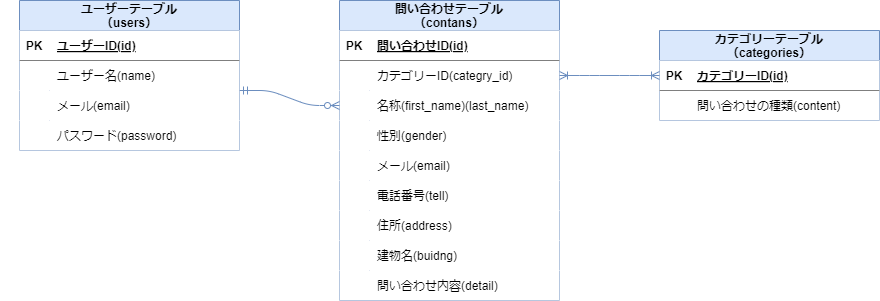
Earlier version of the draw.io export er-diagram.png (risamatsumoto1104/contact-form1). Source tidied: cells renumbered, new cells last; positions are measured from the earlier drawing's top-left corner, leaving out a move shared by most shapes.
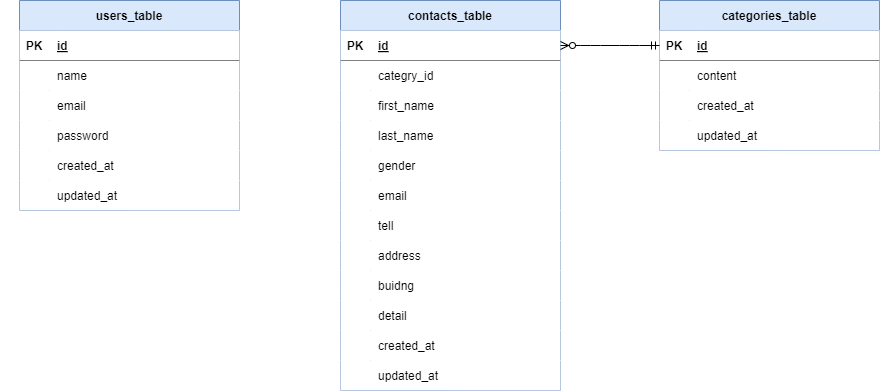
After the commit.

Change to the diagram source:
```diff
@@ -2,8 +2,8 @@
   <root>
     <mxCell id="0" />
     <mxCell id="1" parent="0" />
-    <mxCell id="2" value="問い合わせテーブル&#10;（contans）" style="shape=table;startSize=30;rowLines=0;fontStyle=1;align=center;fillColor=#dae8fc;strokeColor=#6c8ebf;" parent="1" vertex="1">
-      <mxGeometry x="339" width="220" height="300" as="geometry" />
+    <mxCell id="2" value="contacts_table" style="shape=table;startSize=30;rowLines=0;fontStyle=1;align=center;fillColor=#dae8fc;strokeColor=#6c8ebf;" parent="1" vertex="1">
+      <mxGeometry x="340" width="220" height="390" as="geometry" />
     </mxCell>
     <mxCell id="3" style="shape=tableRow;horizontal=0;startSize=0;swimlaneHead=0;swimlaneBody=0;points=[[0,0.5],[1,0.5]];portConstraint=eastwest;top=0;left=0;right=0;bottom=1;" parent="2" vertex="1">
       <mxGeometry y="30" width="220" height="30" as="geometry" />
@@ -11,7 +11,7 @@
     <mxCell id="4" value="PK" style="shape=partialRectangle;fillColor=none;top=0;left=0;bottom=0;right=0;fontStyle=1;overflow=hidden;" parent="3" vertex="1">
       <mxGeometry width="30" height="30" as="geometry" />
     </mxCell>
-    <mxCell id="5" value="問い合わせID(id)" style="shape=partialRectangle;fillColor=none;top=0;left=0;bottom=0;right=0;align=left;spacingLeft=6;fontStyle=5;overflow=hidden;" parent="3" vertex="1">
+    <mxCell id="5" value="id" style="shape=partialRectangle;fillColor=none;top=0;left=0;bottom=0;right=0;align=left;spacingLeft=6;fontStyle=5;overflow=hidden;" parent="3" vertex="1">
       <mxGeometry x="30" width="190" height="30" as="geometry" />
     </mxCell>
     <mxCell id="6" style="shape=tableRow;horizontal=0;startSize=0;swimlaneHead=0;swimlaneBody=0;points=[[0,0.5],[1,0.5]];portConstraint=eastwest;top=0;left=0;right=0;bottom=0;" parent="2" vertex="1">
@@ -20,7 +20,7 @@
     <mxCell id="7" style="shape=partialRectangle;fillColor=none;top=0;left=0;bottom=0;right=0;overflow=hidden;" parent="6" vertex="1">
       <mxGeometry width="30" height="30" as="geometry" />
     </mxCell>
-    <mxCell id="8" value="カテゴリーID(categry_id)" style="shape=partialRectangle;fillColor=none;top=0;left=0;bottom=0;right=0;align=left;spacingLeft=6;overflow=hidden;" parent="6" vertex="1">
+    <mxCell id="8" value="categry_id" style="shape=partialRectangle;fillColor=none;top=0;left=0;bottom=0;right=0;align=left;spacingLeft=6;overflow=hidden;" parent="6" vertex="1">
       <mxGeometry x="30" width="190" height="30" as="geometry" />
     </mxCell>
     <mxCell id="9" style="shape=tableRow;horizontal=0;startSize=0;swimlaneHead=0;swimlaneBody=0;points=[[0,0.5],[1,0.5]];portConstraint=eastwest;top=0;left=0;right=0;bottom=0;" parent="2" vertex="1">
@@ -29,65 +29,92 @@
     <mxCell id="10" style="shape=partialRectangle;fillColor=none;top=0;left=0;bottom=0;right=0;overflow=hidden;" parent="9" vertex="1">
       <mxGeometry width="30" height="30" as="geometry" />
     </mxCell>
-    <mxCell id="11" value="名称(first_name)(last_name)" style="shape=partialRectangle;fillColor=none;top=0;left=0;bottom=0;right=0;align=left;spacingLeft=6;overflow=hidden;" parent="9" vertex="1">
+    <mxCell id="11" value="first_name" style="shape=partialRectangle;fillColor=none;top=0;left=0;bottom=0;right=0;align=left;spacingLeft=6;overflow=hidden;" parent="9" vertex="1">
       <mxGeometry x="30" width="190" height="30" as="geometry" />
     </mxCell>
+    <mxCell id="53" style="shape=tableRow;horizontal=0;startSize=0;swimlaneHead=0;swimlaneBody=0;top=0;left=0;right=0;bottom=0;" parent="2" vertex="1">
+      <mxGeometry y="120" width="220" height="30" as="geometry" />
+    </mxCell>
+    <mxCell id="54" style="shape=partialRectangle;fillColor=none;top=0;left=0;bottom=0;right=0;overflow=hidden;" parent="53" vertex="1">
+      <mxGeometry width="30" height="30" as="geometry" />
+    </mxCell>
+    <mxCell id="55" value="last_name" style="shape=partialRectangle;fillColor=none;top=0;left=0;bottom=0;right=0;align=left;spacingLeft=6;overflow=hidden;" parent="53" vertex="1">
+      <mxGeometry x="30" width="190" height="30" as="geometry" />
+    </mxCell>
     <mxCell id="12" style="shape=tableRow;horizontal=0;startSize=0;swimlaneHead=0;swimlaneBody=0;top=0;left=0;right=0;bottom=0;" parent="2" vertex="1">
-      <mxGeometry y="120" width="220" height="30" as="geometry" />
+      <mxGeometry y="150" width="220" height="30" as="geometry" />
     </mxCell>
     <mxCell id="13" style="shape=partialRectangle;fillColor=none;top=0;left=0;bottom=0;right=0;overflow=hidden;" parent="12" vertex="1">
       <mxGeometry width="30" height="30" as="geometry" />
     </mxCell>
-    <mxCell id="14" value="性別(gender)" style="shape=partialRectangle;fillColor=none;top=0;left=0;bottom=0;right=0;align=left;spacingLeft=6;overflow=hidden;" parent="12" vertex="1">
+    <mxCell id="14" value="gender" style="shape=partialRectangle;fillColor=none;top=0;left=0;bottom=0;right=0;align=left;spacingLeft=6;overflow=hidden;" parent="12" vertex="1">
       <mxGeometry x="30" width="190" height="30" as="geometry" />
     </mxCell>
     <mxCell id="15" style="shape=tableRow;horizontal=0;startSize=0;swimlaneHead=0;swimlaneBody=0;top=0;left=0;right=0;bottom=0;" parent="2" vertex="1">
-      <mxGeometry y="150" width="220" height="30" as="geometry" />
+      <mxGeometry y="180" width="220" height="30" as="geometry" />
     </mxCell>
     <mxCell id="16" style="shape=partialRectangle;fillColor=none;top=0;left=0;bottom=0;right=0;overflow=hidden;" parent="15" vertex="1">
       <mxGeometry width="30" height="30" as="geometry" />
     </mxCell>
-    <mxCell id="17" value="メール(email)" style="shape=partialRectangle;fillColor=none;top=0;left=0;bottom=0;right=0;align=left;spacingLeft=6;overflow=hidden;" parent="15" vertex="1">
+    <mxCell id="17" value="email" style="shape=partialRectangle;fillColor=none;top=0;left=0;bottom=0;right=0;align=left;spacingLeft=6;overflow=hidden;" parent="15" vertex="1">
       <mxGeometry x="30" width="190" height="30" as="geometry" />
     </mxCell>
     <mxCell id="18" style="shape=tableRow;horizontal=0;startSize=0;swimlaneHead=0;swimlaneBody=0;top=0;left=0;right=0;bottom=0;" parent="2" vertex="1">
-      <mxGeometry y="180" width="220" height="30" as="geometry" />
+      <mxGeometry y="210" width="220" height="30" as="geometry" />
     </mxCell>
     <mxCell id="19" style="shape=partialRectangle;fillColor=none;top=0;left=0;bottom=0;right=0;overflow=hidden;" parent="18" vertex="1">
       <mxGeometry width="30" height="30" as="geometry" />
     </mxCell>
-    <mxCell id="20" value="電話番号(tell)" style="shape=partialRectangle;fillColor=none;top=0;left=0;bottom=0;right=0;align=left;spacingLeft=6;overflow=hidden;" parent="18" vertex="1">
+    <mxCell id="20" value="tell" style="shape=partialRectangle;fillColor=none;top=0;left=0;bottom=0;right=0;align=left;spacingLeft=6;overflow=hidden;" parent="18" vertex="1">
       <mxGeometry x="30" width="190" height="30" as="geometry" />
     </mxCell>
     <mxCell id="21" style="shape=tableRow;horizontal=0;startSize=0;swimlaneHead=0;swimlaneBody=0;top=0;left=0;right=0;bottom=0;" parent="2" vertex="1">
-      <mxGeometry y="210" width="220" height="30" as="geometry" />
+      <mxGeometry y="240" width="220" height="30" as="geometry" />
     </mxCell>
     <mxCell id="22" style="shape=partialRectangle;fillColor=none;top=0;left=0;bottom=0;right=0;overflow=hidden;" parent="21" vertex="1">
       <mxGeometry width="30" height="30" as="geometry" />
     </mxCell>
-    <mxCell id="23" value="住所(address)" style="shape=partialRectangle;fillColor=none;top=0;left=0;bottom=0;right=0;align=left;spacingLeft=6;overflow=hidden;" parent="21" vertex="1">
+    <mxCell id="23" value="address" style="shape=partialRectangle;fillColor=none;top=0;left=0;bottom=0;right=0;align=left;spacingLeft=6;overflow=hidden;" parent="21" vertex="1">
       <mxGeometry x="30" width="190" height="30" as="geometry" />
     </mxCell>
     <mxCell id="24" style="shape=tableRow;horizontal=0;startSize=0;swimlaneHead=0;swimlaneBody=0;top=0;left=0;right=0;bottom=0;" parent="2" vertex="1">
-      <mxGeometry y="240" width="220" height="30" as="geometry" />
+      <mxGeometry y="270" width="220" height="30" as="geometry" />
     </mxCell>
     <mxCell id="25" style="shape=partialRectangle;fillColor=none;top=0;left=0;bottom=0;right=0;overflow=hidden;" parent="24" vertex="1">
       <mxGeometry width="30" height="30" as="geometry" />
     </mxCell>
-    <mxCell id="26" value="建物名(buidng)" style="shape=partialRectangle;fillColor=none;top=0;left=0;bottom=0;right=0;align=left;spacingLeft=6;overflow=hidden;" parent="24" vertex="1">
+    <mxCell id="26" value="buidng" style="shape=partialRectangle;fillColor=none;top=0;left=0;bottom=0;right=0;align=left;spacingLeft=6;overflow=hidden;" parent="24" vertex="1">
       <mxGeometry x="30" width="190" height="30" as="geometry" />
     </mxCell>
     <mxCell id="27" style="shape=tableRow;horizontal=0;startSize=0;swimlaneHead=0;swimlaneBody=0;top=0;left=0;right=0;bottom=0;" parent="2" vertex="1">
-      <mxGeometry y="270" width="220" height="30" as="geometry" />
+      <mxGeometry y="300" width="220" height="30" as="geometry" />
     </mxCell>
     <mxCell id="28" style="shape=partialRectangle;fillColor=none;top=0;left=0;bottom=0;right=0;overflow=hidden;" parent="27" vertex="1">
       <mxGeometry width="30" height="30" as="geometry" />
     </mxCell>
-    <mxCell id="29" value="問い合わせ内容(detail)" style="shape=partialRectangle;fillColor=none;top=0;left=0;bottom=0;right=0;align=left;spacingLeft=6;overflow=hidden;" parent="27" vertex="1">
+    <mxCell id="29" value="detail" style="shape=partialRectangle;fillColor=none;top=0;left=0;bottom=0;right=0;align=left;spacingLeft=6;overflow=hidden;" parent="27" vertex="1">
       <mxGeometry x="30" width="190" height="30" as="geometry" />
     </mxCell>
+    <mxCell id="56" style="shape=tableRow;horizontal=0;startSize=0;swimlaneHead=0;swimlaneBody=0;top=0;left=0;right=0;bottom=0;" parent="2" vertex="1">
+      <mxGeometry y="330" width="220" height="30" as="geometry" />
+    </mxCell>
+    <mxCell id="57" style="shape=partialRectangle;fillColor=none;top=0;left=0;bottom=0;right=0;overflow=hidden;" parent="56" vertex="1">
+      <mxGeometry width="30" height="30" as="geometry" />
+    </mxCell>
+    <mxCell id="58" value="created_at" style="shape=partialRectangle;fillColor=none;top=0;left=0;bottom=0;right=0;align=left;spacingLeft=6;overflow=hidden;" parent="56" vertex="1">
+      <mxGeometry x="30" width="190" height="30" as="geometry" />
+    </mxCell>
+    <mxCell id="59" style="shape=tableRow;horizontal=0;startSize=0;swimlaneHead=0;swimlaneBody=0;top=0;left=0;right=0;bottom=0;" parent="2" vertex="1">
+      <mxGeometry y="360" width="220" height="30" as="geometry" />
+    </mxCell>
+    <mxCell id="60" style="shape=partialRectangle;fillColor=none;top=0;left=0;bottom=0;right=0;overflow=hidden;" parent="59" vertex="1">
+      <mxGeometry width="30" height="30" as="geometry" />
+    </mxCell>
+    <mxCell id="61" value="updated_at" style="shape=partialRectangle;fillColor=none;top=0;left=0;bottom=0;right=0;align=left;spacingLeft=6;overflow=hidden;" parent="59" vertex="1">
+      <mxGeometry x="30" width="190" height="30" as="geometry" />
+    </mxCell>
-    <mxCell id="30" value="カテゴリーテーブル&#10;（categories）" style="shape=table;startSize=30;rowLines=0;fontStyle=1;align=center;fillColor=#dae8fc;strokeColor=#6c8ebf;" parent="1" vertex="1">
-      <mxGeometry x="659" y="30" width="220" height="90" as="geometry" />
+    <mxCell id="30" value="categories_table" style="shape=table;startSize=30;rowLines=0;fontStyle=1;align=center;fillColor=#dae8fc;strokeColor=#6c8ebf;" parent="1" vertex="1">
+      <mxGeometry x="659" width="220" height="150" as="geometry" />
     </mxCell>
     <mxCell id="31" style="shape=tableRow;horizontal=0;startSize=0;swimlaneHead=0;swimlaneBody=0;points=[[0,0.5],[1,0.5]];portConstraint=eastwest;top=0;left=0;right=0;bottom=1;" parent="30" vertex="1">
       <mxGeometry y="30" width="220" height="30" as="geometry" />
@@ -95,7 +122,7 @@
     <mxCell id="32" value="PK" style="shape=partialRectangle;fillColor=none;top=0;left=0;bottom=0;right=0;fontStyle=1;overflow=hidden;" parent="31" vertex="1">
       <mxGeometry width="30" height="30" as="geometry" />
     </mxCell>
-    <mxCell id="33" value="カテゴリーID(id)" style="shape=partialRectangle;fillColor=none;top=0;left=0;bottom=0;right=0;align=left;spacingLeft=6;fontStyle=5;overflow=hidden;" parent="31" vertex="1">
+    <mxCell id="33" value="id" style="shape=partialRectangle;fillColor=none;top=0;left=0;bottom=0;right=0;align=left;spacingLeft=6;fontStyle=5;overflow=hidden;" parent="31" vertex="1">
       <mxGeometry x="30" width="190" height="30" as="geometry" />
     </mxCell>
     <mxCell id="34" style="shape=tableRow;horizontal=0;startSize=0;swimlaneHead=0;swimlaneBody=0;top=0;left=0;right=0;bottom=0;" parent="30" vertex="1">
@@ -104,11 +131,29 @@
     <mxCell id="35" style="shape=partialRectangle;fillColor=none;top=0;left=0;bottom=0;right=0;overflow=hidden;" parent="34" vertex="1">
       <mxGeometry width="30" height="30" as="geometry" />
     </mxCell>
-    <mxCell id="36" value="問い合わせの種類(content)" style="shape=partialRectangle;fillColor=none;top=0;left=0;bottom=0;right=0;align=left;spacingLeft=6;overflow=hidden;" parent="34" vertex="1">
+    <mxCell id="36" value="content" style="shape=partialRectangle;fillColor=none;top=0;left=0;bottom=0;right=0;align=left;spacingLeft=6;overflow=hidden;" parent="34" vertex="1">
       <mxGeometry x="30" width="190" height="30" as="geometry" />
     </mxCell>
+    <mxCell id="62" style="shape=tableRow;horizontal=0;startSize=0;swimlaneHead=0;swimlaneBody=0;top=0;left=0;right=0;bottom=0;" parent="30" vertex="1">
+      <mxGeometry y="90" width="220" height="30" as="geometry" />
+    </mxCell>
+    <mxCell id="63" style="shape=partialRectangle;fillColor=none;top=0;left=0;bottom=0;right=0;overflow=hidden;" parent="62" vertex="1">
+      <mxGeometry width="30" height="30" as="geometry" />
+    </mxCell>
+    <mxCell id="64" value="created_at" style="shape=partialRectangle;fillColor=none;top=0;left=0;bottom=0;right=0;align=left;spacingLeft=6;overflow=hidden;" parent="62" vertex="1">
+      <mxGeometry x="30" width="190" height="30" as="geometry" />
+    </mxCell>
+    <mxCell id="65" style="shape=tableRow;horizontal=0;startSize=0;swimlaneHead=0;swimlaneBody=0;top=0;left=0;right=0;bottom=0;" parent="30" vertex="1">
+      <mxGeometry y="120" width="220" height="30" as="geometry" />
+    </mxCell>
+    <mxCell id="66" style="shape=partialRectangle;fillColor=none;top=0;left=0;bottom=0;right=0;overflow=hidden;" parent="65" vertex="1">
+      <mxGeometry width="30" height="30" as="geometry" />
+    </mxCell>
+    <mxCell id="67" value="updated_at" style="shape=partialRectangle;fillColor=none;top=0;left=0;bottom=0;right=0;align=left;spacingLeft=6;overflow=hidden;" parent="65" vertex="1">
+      <mxGeometry x="30" width="190" height="30" as="geometry" />
+    </mxCell>
-    <mxCell id="37" value="ユーザーテーブル&#10;（users）" style="shape=table;startSize=30;rowLines=0;fontStyle=1;align=center;fillColor=#dae8fc;strokeColor=#6c8ebf;strokeWidth=1;" parent="1" vertex="1">
-      <mxGeometry x="19" width="220" height="150" as="geometry" />
+    <mxCell id="37" value="users_table" style="shape=table;startSize=30;rowLines=0;fontStyle=1;align=center;fillColor=#dae8fc;strokeColor=#6c8ebf;strokeWidth=1;" parent="1" vertex="1">
+      <mxGeometry x="19" width="220" height="210" as="geometry" />
     </mxCell>
     <mxCell id="38" style="shape=tableRow;horizontal=0;startSize=0;swimlaneHead=0;swimlaneBody=0;top=0;left=0;right=0;bottom=1;strokeWidth=1;" parent="37" vertex="1">
       <mxGeometry y="30" width="220" height="30" as="geometry" />
@@ -116,7 +161,7 @@
     <mxCell id="39" value="PK" style="shape=partialRectangle;fillColor=none;top=0;left=0;bottom=0;right=0;fontStyle=1;overflow=hidden;" parent="38" vertex="1">
       <mxGeometry width="30" height="30" as="geometry" />
     </mxCell>
-    <mxCell id="40" value="ユーザーID(id)" style="shape=partialRectangle;fillColor=none;top=0;left=0;bottom=0;right=0;align=left;spacingLeft=6;fontStyle=5;overflow=hidden;" parent="38" vertex="1">
+    <mxCell id="40" value="id" style="shape=partialRectangle;fillColor=none;top=0;left=0;bottom=0;right=0;align=left;spacingLeft=6;fontStyle=5;overflow=hidden;" parent="38" vertex="1">
       <mxGeometry x="30" width="190" height="30" as="geometry" />
     </mxCell>
     <mxCell id="41" style="shape=tableRow;horizontal=0;startSize=0;swimlaneHead=0;swimlaneBody=0;points=[[0,0.5],[1,0.5]];portConstraint=eastwest;top=0;left=0;right=0;bottom=0;strokeWidth=1;" parent="37" vertex="1">
@@ -125,7 +170,7 @@
     <mxCell id="42" style="shape=partialRectangle;fillColor=none;top=0;left=0;bottom=0;right=0;overflow=hidden;" parent="41" vertex="1">
       <mxGeometry width="30" height="30" as="geometry" />
     </mxCell>
-    <mxCell id="43" value="ユーザー名(name)" style="shape=partialRectangle;fillColor=none;top=0;left=0;bottom=0;right=0;align=left;spacingLeft=6;overflow=hidden;" parent="41" vertex="1">
+    <mxCell id="43" value="name" style="shape=partialRectangle;fillColor=none;top=0;left=0;bottom=0;right=0;align=left;spacingLeft=6;overflow=hidden;" parent="41" vertex="1">
       <mxGeometry x="30" width="190" height="30" as="geometry" />
     </mxCell>
     <mxCell id="44" style="shape=tableRow;horizontal=0;startSize=0;swimlaneHead=0;swimlaneBody=0;top=0;left=0;right=0;bottom=0;" parent="37" vertex="1">
@@ -134,7 +179,7 @@
     <mxCell id="45" style="shape=partialRectangle;fillColor=none;top=0;left=0;bottom=0;right=0;overflow=hidden;" parent="44" vertex="1">
       <mxGeometry width="30" height="30" as="geometry" />
     </mxCell>
-    <mxCell id="46" value="メール(email)" style="shape=partialRectangle;fillColor=none;top=0;left=0;bottom=0;right=0;align=left;spacingLeft=6;overflow=hidden;" parent="44" vertex="1">
+    <mxCell id="46" value="email" style="shape=partialRectangle;fillColor=none;top=0;left=0;bottom=0;right=0;align=left;spacingLeft=6;overflow=hidden;" parent="44" vertex="1">
       <mxGeometry x="30" width="190" height="30" as="geometry" />
     </mxCell>
     <mxCell id="47" style="shape=tableRow;horizontal=0;startSize=0;swimlaneHead=0;swimlaneBody=0;top=0;left=0;right=0;bottom=0;" parent="37" vertex="1">
@@ -143,17 +188,32 @@
     <mxCell id="48" style="shape=partialRectangle;fillColor=none;top=0;left=0;bottom=0;right=0;overflow=hidden;" parent="47" vertex="1">
       <mxGeometry width="30" height="30" as="geometry" />
     </mxCell>
-    <mxCell id="49" value="パスワード(password)" style="shape=partialRectangle;fillColor=none;top=0;left=0;bottom=0;right=0;align=left;spacingLeft=6;overflow=hidden;" parent="47" vertex="1">
+    <mxCell id="49" value="password" style="shape=partialRectangle;fillColor=none;top=0;left=0;bottom=0;right=0;align=left;spacingLeft=6;overflow=hidden;" parent="47" vertex="1">
       <mxGeometry x="30" width="190" height="30" as="geometry" />
     </mxCell>
+    <mxCell id="68" style="shape=tableRow;horizontal=0;startSize=0;swimlaneHead=0;swimlaneBody=0;top=0;left=0;right=0;bottom=0;" parent="37" vertex="1">
+      <mxGeometry y="150" width="220" height="30" as="geometry" />
+    </mxCell>
+    <mxCell id="69" style="shape=partialRectangle;fillColor=none;top=0;left=0;bottom=0;right=0;overflow=hidden;" parent="68" vertex="1">
+      <mxGeometry width="30" height="30" as="geometry" />
+    </mxCell>
+    <mxCell id="70" value="created_at" style="shape=partialRectangle;fillColor=none;top=0;left=0;bottom=0;right=0;align=left;spacingLeft=6;overflow=hidden;" parent="68" vertex="1">
+      <mxGeometry x="30" width="190" height="30" as="geometry" />
+    </mxCell>
+    <mxCell id="71" style="shape=tableRow;horizontal=0;startSize=0;swimlaneHead=0;swimlaneBody=0;top=0;left=0;right=0;bottom=0;" parent="37" vertex="1">
+      <mxGeometry y="180" width="220" height="30" as="geometry" />
+    </mxCell>
+    <mxCell id="72" style="shape=partialRectangle;fillColor=none;top=0;left=0;bottom=0;right=0;overflow=hidden;" parent="71" vertex="1">
+      <mxGeometry width="30" height="30" as="geometry" />
+    </mxCell>
+    <mxCell id="73" value="updated_at" style="shape=partialRectangle;fillColor=none;top=0;left=0;bottom=0;right=0;align=left;spacingLeft=6;overflow=hidden;" parent="71" vertex="1">
+      <mxGeometry x="30" width="190" height="30" as="geometry" />
+    </mxCell>
     <mxCell id="50" style="shape=tableRow;horizontal=0;startSize=0;swimlaneHead=0;swimlaneBody=0;fillColor=none;top=0;left=0;right=0;bottom=0;" parent="1" vertex="1">
       <mxGeometry y="70" width="180" height="30" as="geometry" />
     </mxCell>
-    <mxCell id="51" style="edgeStyle=entityRelationEdgeStyle;fontSize=12;html=1;endArrow=ERzeroToMany;startArrow=ERmandOne;exitX=1;exitY=1;exitDx=0;exitDy=0;strokeColor=#6c8ebf;fillColor=#dae8fc;strokeWidth=1;entryX=0;entryY=0.5;entryDx=0;entryDy=0;exitPerimeter=0;" parent="1" edge="1" source="41" target="9">
-      <mxGeometry relative="1" as="geometry" />
-    </mxCell>
-    <mxCell id="52" style="edgeStyle=entityRelationEdgeStyle;fontSize=12;html=1;endArrow=ERoneToMany;startArrow=ERoneToMany;entryX=0;entryY=0.5;entryDx=0;entryDy=0;exitX=1;exitY=0.5;exitDx=0;exitDy=0;strokeColor=#6c8ebf;fillColor=#dae8fc;strokeWidth=1;" parent="1" edge="1" source="6" target="31">
-      <mxGeometry relative="1" as="geometry" />
-    </mxCell>
+    <mxCell id="74" style="edgeStyle=entityRelationEdgeStyle;fontSize=12;html=1;endArrow=ERzeroToMany;startArrow=ERmandOne;exitX=0;exitY=0.5;exitDx=0;exitDy=0;entryX=1;entryY=0.5;entryDx=0;entryDy=0;" parent="1" edge="1" source="31" target="3">
+      <mxGeometry relative="1" as="geometry" />
+    </mxCell>
   </root>
 </mxGraphModel>
```
